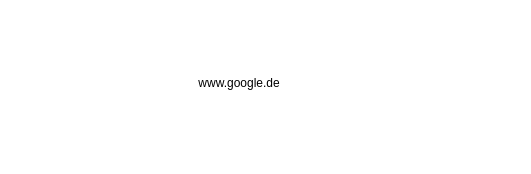
The draw.io diagram Anhang/SVG/Domain.drawio in kh4y4m/Obsidian-Berufsschule, before the edit. Source tidied: cells renumbered, new cells numbered last; positions are measured from the earlier drawing's top-left corner, leaving out a move shared by most shapes. Both pictures are drawn from the tidied source at 100%, with x=0, y=0 at pixel (209, 67).
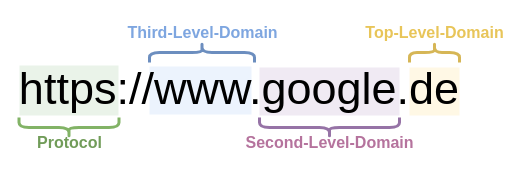
The same diagram, later.

Change to the diagram source:
```diff
@@
 <mxGraphModel>
   <root>
     <mxCell id="0" />
     <mxCell id="1" parent="0" />
+    <mxCell id="3" style="rounded=0;whiteSpace=wrap;html=1;fillColor=#e1d5e7;strokeColor=none;opacity=50;" parent="1" vertex="1">
+      <mxGeometry x="50" width="140" height="48" as="geometry" />
+    </mxCell>
+    <mxCell id="4" style="rounded=0;whiteSpace=wrap;html=1;fillColor=#fff2cc;strokeColor=none;opacity=50;" parent="1" vertex="1">
+      <mxGeometry x="200" width="50" height="48" as="geometry" />
+    </mxCell>
+    <mxCell id="5" style="rounded=0;whiteSpace=wrap;html=1;fillColor=#dae8fc;strokeColor=none;opacity=50;" parent="1" vertex="1">
+      <mxGeometry x="-60" y="-1" width="102" height="48" as="geometry" />
+    </mxCell>
+    <mxCell id="6" style="rounded=0;whiteSpace=wrap;html=1;fillColor=#d5e8d4;strokeColor=none;opacity=50;" parent="1" vertex="1">
+      <mxGeometry x="-190" y="-2" width="99" height="50" as="geometry" />
+    </mxCell>
-    <mxCell id="2" value="www.google.de" style="text;strokeColor=none;fillColor=none;align=center;verticalAlign=middle;rounded=0;" parent="1" vertex="1">
+    <mxCell id="2" value="https://www.google.de" style="text;strokeColor=none;fillColor=none;align=center;verticalAlign=middle;rounded=0;fontSize=45;" parent="1" vertex="1">
       <mxGeometry width="60" height="30" as="geometry" />
     </mxCell>
+    <mxCell id="7" style="shape=curlyBracket;whiteSpace=wrap;html=1;rounded=1;labelPosition=left;verticalLabelPosition=middle;align=right;verticalAlign=middle;rotation=-90;strokeWidth=3;fillColor=#d5e8d4;strokeColor=#82b366;" parent="1" vertex="1">
+      <mxGeometry x="-150.5" y="10" width="20" height="100" as="geometry" />
+    </mxCell>
+    <mxCell id="8" value="&lt;font color=&quot;#719c59&quot; style=&quot;font-size: 16px;&quot;&gt;&lt;b style=&quot;&quot;&gt;Protocol&lt;/b&gt;&lt;/font&gt;" style="text;html=1;align=center;verticalAlign=middle;strokeColor=none;fillColor=none;" parent="1" vertex="1">
+      <mxGeometry x="-185.5" y="60" width="90" height="30" as="geometry" />
+    </mxCell>
+    <mxCell id="9" style="shape=curlyBracket;whiteSpace=wrap;html=1;rounded=1;labelPosition=left;verticalLabelPosition=middle;align=right;verticalAlign=middle;rotation=90;strokeWidth=3;fillColor=#dae8fc;strokeColor=#6c8ebf;" parent="1" vertex="1">
+      <mxGeometry x="-17.5" y="-67.5" width="20" height="105" as="geometry" />
+    </mxCell>
+    <mxCell id="10" value="&lt;font style=&quot;font-size: 16px;&quot;&gt;&lt;b style=&quot;&quot;&gt;Third-Level-Domain&lt;/b&gt;&lt;/font&gt;" style="text;html=1;align=center;verticalAlign=middle;strokeColor=none;fillColor=none;fontColor=#7EA6E0;" parent="1" vertex="1">
+      <mxGeometry x="-92.5" y="-50" width="170" height="30" as="geometry" />
+    </mxCell>
+    <mxCell id="11" style="shape=curlyBracket;whiteSpace=wrap;html=1;rounded=1;labelPosition=left;verticalLabelPosition=middle;align=right;verticalAlign=middle;rotation=-90;strokeWidth=3;fillColor=#e1d5e7;strokeColor=#9673a6;" parent="1" vertex="1">
+      <mxGeometry x="110" y="-10" width="20" height="140" as="geometry" />
+    </mxCell>
+    <mxCell id="12" value="&lt;font color=&quot;#b5739d&quot; style=&quot;font-size: 16px;&quot;&gt;&lt;b style=&quot;&quot;&gt;Second-Level-Domain&lt;/b&gt;&lt;/font&gt;" style="text;html=1;align=center;verticalAlign=middle;strokeColor=none;fillColor=none;" parent="1" vertex="1">
+      <mxGeometry x="25" y="60" width="190" height="30" as="geometry" />
+    </mxCell>
+    <mxCell id="13" style="shape=curlyBracket;whiteSpace=wrap;html=1;rounded=1;labelPosition=left;verticalLabelPosition=middle;align=right;verticalAlign=middle;rotation=90;strokeWidth=3;fillColor=#fff2cc;strokeColor=#d6b656;size=0.5;" parent="1" vertex="1">
+      <mxGeometry x="215" y="-40" width="20" height="50" as="geometry" />
+    </mxCell>
+    <mxCell id="14" value="&lt;span style=&quot;font-size: 16px;&quot;&gt;&lt;b&gt;&lt;font color=&quot;#e8c559&quot;&gt;Top-Level-Domain&lt;/font&gt;&lt;/b&gt;&lt;/span&gt;" style="text;html=1;align=center;verticalAlign=middle;strokeColor=none;fillColor=none;fontColor=#7EA6E0;" parent="1" vertex="1">
+      <mxGeometry x="145" y="-50" width="160" height="30" as="geometry" />
+    </mxCell>
   </root>
 </mxGraphModel>
```
